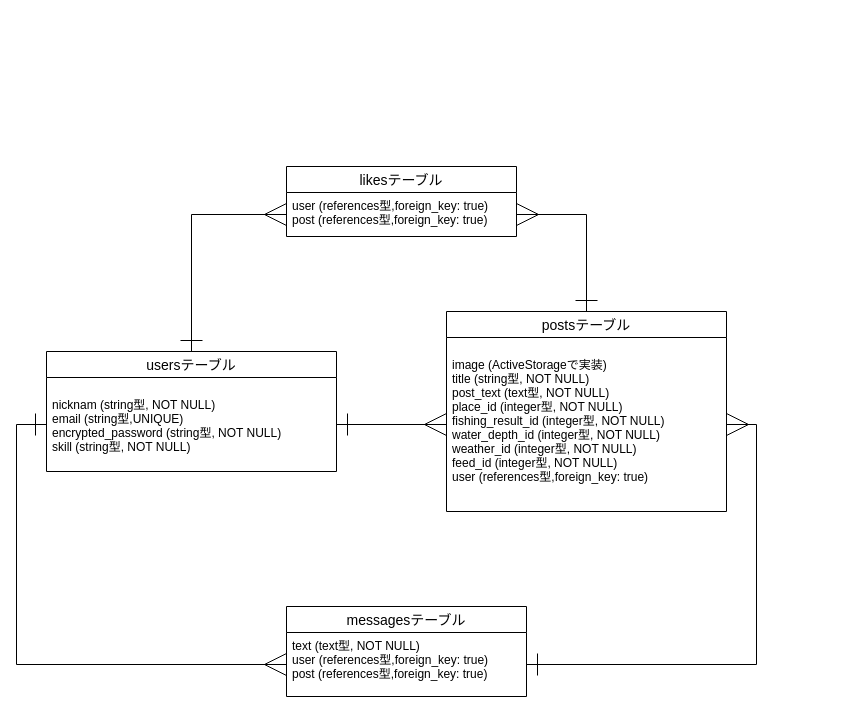
Before: wakasagi.dio in WatanabeSyoya/wakasagi-3136, a draw.io diagram. Source tidied: cells renumbered, new cells numbered last; positions are measured from the earlier drawing's top-left corner, leaving out a move shared by most shapes. Both pictures are drawn from the tidied source at 100%, with x=0, y=0 at pixel (46, 166).
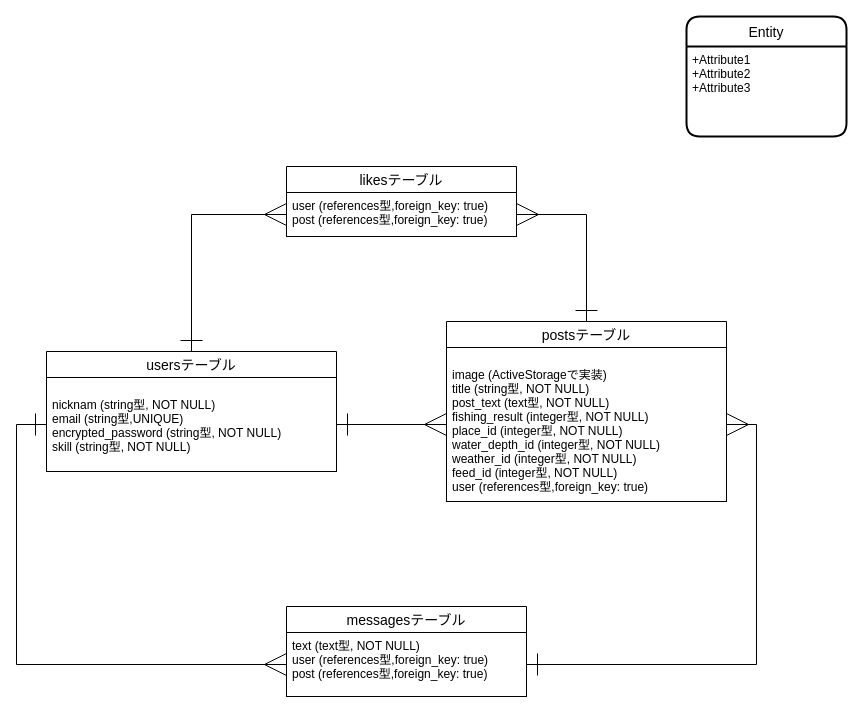
Above is the later version.

Commit message (it also covers changes not shown here):
画像を添付

The edit, as a diff of the source:
```diff
@@
-<mxGraphModel>
+<mxGraphModel background="#ffffff">
   <root>
     <mxCell id="0" />
     <mxCell id="1" parent="0" />
-    <mxCell id="2" value="usersテーブル" style="swimlane;fontStyle=0;horizontal=1;startSize=26;align=center;fontSize=14;" parent="1" vertex="1">
+    <mxCell id="2" value="usersテーブル" style="swimlane;fontStyle=0;horizontal=1;startSize=26;align=center;fontSize=14;labelBackgroundColor=#ffffff;fillColor=none;strokeColor=#000000;fontColor=#000000;" parent="1" vertex="1">
       <mxGeometry y="185" width="290" height="120" as="geometry" />
     </mxCell>
-    <mxCell id="3" value="&#10;nicknam (string型, NOT NULL)　&#10;email (string型,UNIQUE)&#10;encrypted_password (string型, NOT NULL)&#10;skill (string型, NOT NULL)" style="text;strokeColor=none;fillColor=none;spacingLeft=4;spacingRight=4;overflow=hidden;points=[[0,0.5],[1,0.5]];portConstraint=eastwest;fontSize=12;" parent="2" vertex="1">
+    <mxCell id="3" value="&#10;nicknam (string型, NOT NULL)　&#10;email (string型,UNIQUE)&#10;encrypted_password (string型, NOT NULL)&#10;skill (string型, NOT NULL)" style="text;fillColor=none;spacingLeft=4;spacingRight=4;overflow=hidden;points=[[0,0.5],[1,0.5]];portConstraint=eastwest;fontSize=12;strokeColor=#000000;fontColor=#000000;" parent="2" vertex="1">
       <mxGeometry y="26" width="290" height="94" as="geometry" />
     </mxCell>
-    <mxCell id="4" value="postsテーブル" style="swimlane;fontStyle=0;horizontal=1;startSize=26;align=center;fontSize=14;" parent="1" vertex="1">
-      <mxGeometry x="400" y="145" width="280" height="200" as="geometry" />
+    <mxCell id="4" value="postsテーブル" style="swimlane;fontStyle=0;horizontal=1;startSize=26;align=center;fontSize=14;strokeColor=#000000;fontColor=#000000;labelBorderColor=none;labelBackgroundColor=#ffffff;fillColor=none;" parent="1" vertex="1">
+      <mxGeometry x="400" y="155" width="280" height="180" as="geometry" />
     </mxCell>
-    <mxCell id="5" value="&#10;image (ActiveStorageで実装)&#10;title (string型, NOT NULL)&#10;post_text (text型, NOT NULL)&#10;place_id (integer型, NOT NULL)&#10;fishing_result_id (integer型, NOT NULL)&#10;water_depth_id (integer型, NOT NULL)&#10;weather_id (integer型, NOT NULL)&#10;feed_id (integer型, NOT NULL)&#10;user (references型,foreign_key: true)" style="text;strokeColor=none;fillColor=none;spacingLeft=4;spacingRight=4;overflow=hidden;points=[[0,0.5],[1,0.5]];portConstraint=eastwest;fontSize=12;" parent="4" vertex="1">
-      <mxGeometry y="26" width="280" height="174" as="geometry" />
+    <mxCell id="5" value="&#10;image (ActiveStorageで実装)&#10;title (string型, NOT NULL)&#10;post_text (text型, NOT NULL)&#10;fishing_result (integer型, NOT NULL)&#10;place_id (integer型, NOT NULL)&#10;water_depth_id (integer型, NOT NULL)&#10;weather_id (integer型, NOT NULL)&#10;feed_id (integer型, NOT NULL)&#10;user (references型,foreign_key: true)" style="text;fillColor=none;spacingLeft=4;spacingRight=4;overflow=hidden;points=[[0,0.5],[1,0.5]];portConstraint=eastwest;fontSize=12;strokeColor=#000000;fontColor=#000000;" parent="4" vertex="1">
+      <mxGeometry y="26" width="280" height="154" as="geometry" />
     </mxCell>
-    <mxCell id="6" value="likesテーブル" style="swimlane;fontStyle=0;horizontal=1;startSize=26;align=center;fontSize=14;" parent="1" vertex="1">
+    <mxCell id="6" value="likesテーブル" style="swimlane;fontStyle=0;horizontal=1;startSize=26;align=center;fontSize=14;strokeColor=#000000;fontColor=#000000;labelBackgroundColor=#ffffff;fillColor=none;swimlaneLine=0;" parent="1" vertex="1">
       <mxGeometry x="240" width="230" height="70" as="geometry" />
     </mxCell>
-    <mxCell id="7" value="user (references型,foreign_key: true)&#10;post (references型,foreign_key: true)" style="text;strokeColor=none;fillColor=none;spacingLeft=4;spacingRight=4;overflow=hidden;points=[[0,0.5],[1,0.5]];portConstraint=eastwest;fontSize=12;" parent="6" vertex="1">
+    <mxCell id="7" value="user (references型,foreign_key: true)&#10;post (references型,foreign_key: true)" style="text;fillColor=none;spacingLeft=4;spacingRight=4;overflow=hidden;points=[[0,0.5],[1,0.5]];portConstraint=eastwest;fontSize=12;strokeColor=#000000;fontColor=#000000;" parent="6" vertex="1">
       <mxGeometry y="26" width="230" height="44" as="geometry" />
     </mxCell>
-    <mxCell id="8" value="messagesテーブル" style="swimlane;fontStyle=0;horizontal=1;startSize=26;align=center;fontSize=14;" parent="1" vertex="1">
+    <mxCell id="8" value="messagesテーブル" style="swimlane;fontStyle=0;horizontal=1;startSize=26;align=center;fontSize=14;strokeColor=#000000;fontColor=#000000;labelBackgroundColor=#ffffff;fillColor=none;" parent="1" vertex="1">
       <mxGeometry x="240" y="440" width="240" height="90" as="geometry" />
     </mxCell>
-    <mxCell id="9" value="text (text型, NOT NULL)&#10;user (references型,foreign_key: true)&#10;post (references型,foreign_key: true)" style="text;strokeColor=none;fillColor=none;spacingLeft=4;spacingRight=4;overflow=hidden;points=[[0,0.5],[1,0.5]];portConstraint=eastwest;fontSize=12;" parent="8" vertex="1">
+    <mxCell id="9" value="text (text型, NOT NULL)&#10;user (references型,foreign_key: true)&#10;post (references型,foreign_key: true)" style="text;fillColor=none;spacingLeft=4;spacingRight=4;overflow=hidden;points=[[0,0.5],[1,0.5]];portConstraint=eastwest;fontSize=12;strokeColor=#000000;fontColor=#000000;" parent="8" vertex="1">
       <mxGeometry y="26" width="240" height="64" as="geometry" />
     </mxCell>
-    <mxCell id="10" style="edgeStyle=orthogonalEdgeStyle;rounded=0;jettySize=auto;html=1;exitX=0;exitY=0.5;exitDx=0;exitDy=0;entryX=0.5;entryY=0;entryDx=0;entryDy=0;endArrow=ERone;endFill=0;startArrow=ERmany;startFill=0;endSize=20;startSize=20;" parent="1" edge="1" source="7" target="2">
+    <mxCell id="10" style="edgeStyle=orthogonalEdgeStyle;rounded=0;jettySize=auto;html=1;exitX=0;exitY=0.5;exitDx=0;exitDy=0;entryX=0.5;entryY=0;entryDx=0;entryDy=0;endArrow=ERone;endFill=0;startArrow=ERmany;startFill=0;endSize=20;startSize=20;strokeColor=#000000;fontColor=#000000;" parent="1" edge="1" source="7" target="2">
       <mxGeometry relative="1" as="geometry" />
     </mxCell>
-    <mxCell id="11" style="rounded=0;jettySize=auto;html=1;exitX=1;exitY=0.5;exitDx=0;exitDy=0;entryX=0.5;entryY=0;entryDx=0;entryDy=0;edgeStyle=orthogonalEdgeStyle;startArrow=ERmany;startFill=0;endArrow=ERone;endFill=0;strokeWidth=1;targetPerimeterSpacing=0;endSize=20;jumpSize=6;startSize=20;" parent="1" edge="1" source="7" target="4">
+    <mxCell id="11" style="rounded=0;jettySize=auto;html=1;exitX=1;exitY=0.5;exitDx=0;exitDy=0;entryX=0.5;entryY=0;entryDx=0;entryDy=0;edgeStyle=orthogonalEdgeStyle;startArrow=ERmany;startFill=0;endArrow=ERone;endFill=0;strokeWidth=1;targetPerimeterSpacing=0;endSize=20;jumpSize=6;startSize=20;strokeColor=#000000;fontColor=#000000;" parent="1" edge="1" source="7" target="4">
       <mxGeometry relative="1" as="geometry" />
     </mxCell>
-    <mxCell id="12" style="edgeStyle=orthogonalEdgeStyle;rounded=0;jettySize=auto;html=1;exitX=1;exitY=0.5;exitDx=0;exitDy=0;entryX=0;entryY=0.5;entryDx=0;entryDy=0;endArrow=ERmany;endFill=0;startArrow=ERone;startFill=0;endSize=20;startSize=20;" parent="1" edge="1" source="3" target="5">
+    <mxCell id="12" style="edgeStyle=orthogonalEdgeStyle;rounded=0;jettySize=auto;html=1;exitX=1;exitY=0.5;exitDx=0;exitDy=0;entryX=0;entryY=0.5;entryDx=0;entryDy=0;endArrow=ERmany;endFill=0;startArrow=ERone;startFill=0;endSize=20;startSize=20;strokeColor=#000000;fontColor=#000000;" parent="1" edge="1" source="3" target="5">
       <mxGeometry relative="1" as="geometry" />
     </mxCell>
-    <mxCell id="13" style="edgeStyle=orthogonalEdgeStyle;rounded=0;jettySize=auto;html=1;exitX=0;exitY=0.5;exitDx=0;exitDy=0;entryX=0;entryY=0.5;entryDx=0;entryDy=0;startArrow=ERone;startFill=0;endArrow=ERmany;endFill=0;startSize=20;endSize=20;" parent="1" edge="1" source="3" target="9">
+    <mxCell id="13" style="edgeStyle=orthogonalEdgeStyle;rounded=0;jettySize=auto;html=1;exitX=0;exitY=0.5;exitDx=0;exitDy=0;entryX=0;entryY=0.5;entryDx=0;entryDy=0;startArrow=ERone;startFill=0;endArrow=ERmany;endFill=0;startSize=20;endSize=20;strokeColor=#000000;fontColor=#000000;" parent="1" edge="1" source="3" target="9">
       <mxGeometry relative="1" as="geometry" />
     </mxCell>
-    <mxCell id="14" style="edgeStyle=orthogonalEdgeStyle;rounded=0;jettySize=auto;html=1;exitX=1;exitY=0.5;exitDx=0;exitDy=0;entryX=1;entryY=0.5;entryDx=0;entryDy=0;startArrow=ERone;startFill=0;endArrow=ERmany;endFill=0;endSize=20;startSize=20;" parent="1" edge="1" source="9" target="5">
+    <mxCell id="14" style="edgeStyle=orthogonalEdgeStyle;rounded=0;jettySize=auto;html=1;exitX=1;exitY=0.5;exitDx=0;exitDy=0;entryX=1;entryY=0.5;entryDx=0;entryDy=0;startArrow=ERone;startFill=0;endArrow=ERmany;endFill=0;endSize=20;startSize=20;strokeColor=#000000;fontColor=#000000;" parent="1" edge="1" source="9" target="5">
       <mxGeometry relative="1" as="geometry" />
     </mxCell>
+    <mxCell id="15" value="Entity" style="swimlane;horizontal=1;startSize=30;rounded=1;fontSize=14;fontStyle=0;strokeWidth=2;shadow=0;dashed=0;align=center;labelBackgroundColor=#ffffff;fillColor=none;strokeColor=#000000;fontColor=#000000;" parent="1" vertex="1">
+      <mxGeometry x="640" y="-150" width="160" height="120" as="geometry" />
+    </mxCell>
+    <mxCell id="16" value="+Attribute1&#10;+Attribute2&#10;+Attribute3" style="align=left;strokeColor=none;fillColor=none;spacingLeft=4;fontSize=12;verticalAlign=top;fontColor=#000000;" parent="15" vertex="1">
+      <mxGeometry y="30" width="160" height="90" as="geometry" />
+    </mxCell>
   </root>
 </mxGraphModel>
```
